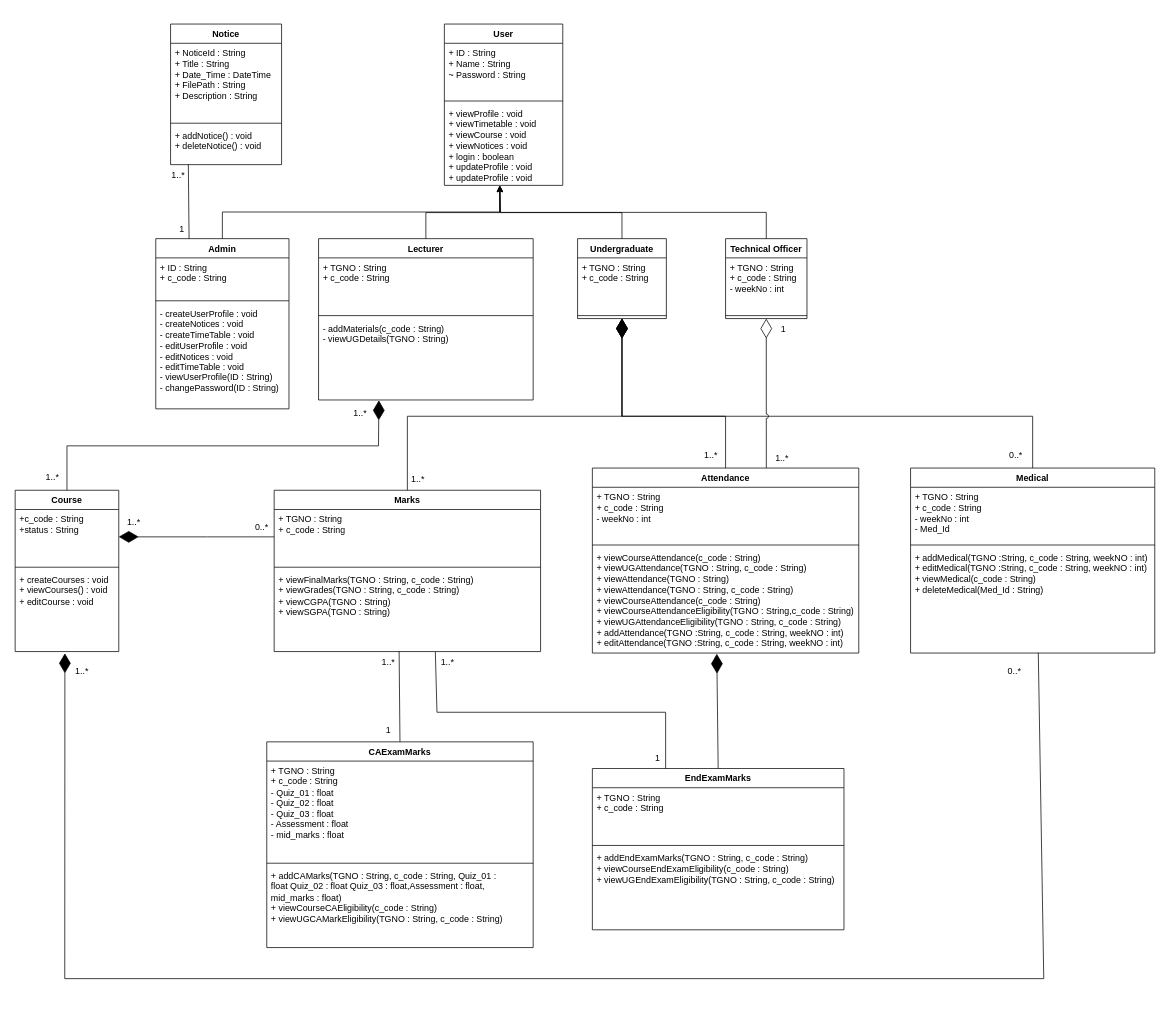
chira0001/Java_mini_project keeps this draw.io diagram as Java Class Diagram.drawio. Above is the earlier version. Source tidied: cells renumbered, new cells numbered last; positions are measured from the earlier drawing's top-left corner, leaving out a move shared by most shapes. Both pictures are drawn from the tidied source at 74%, with x=0, y=0 at pixel (15, 24).
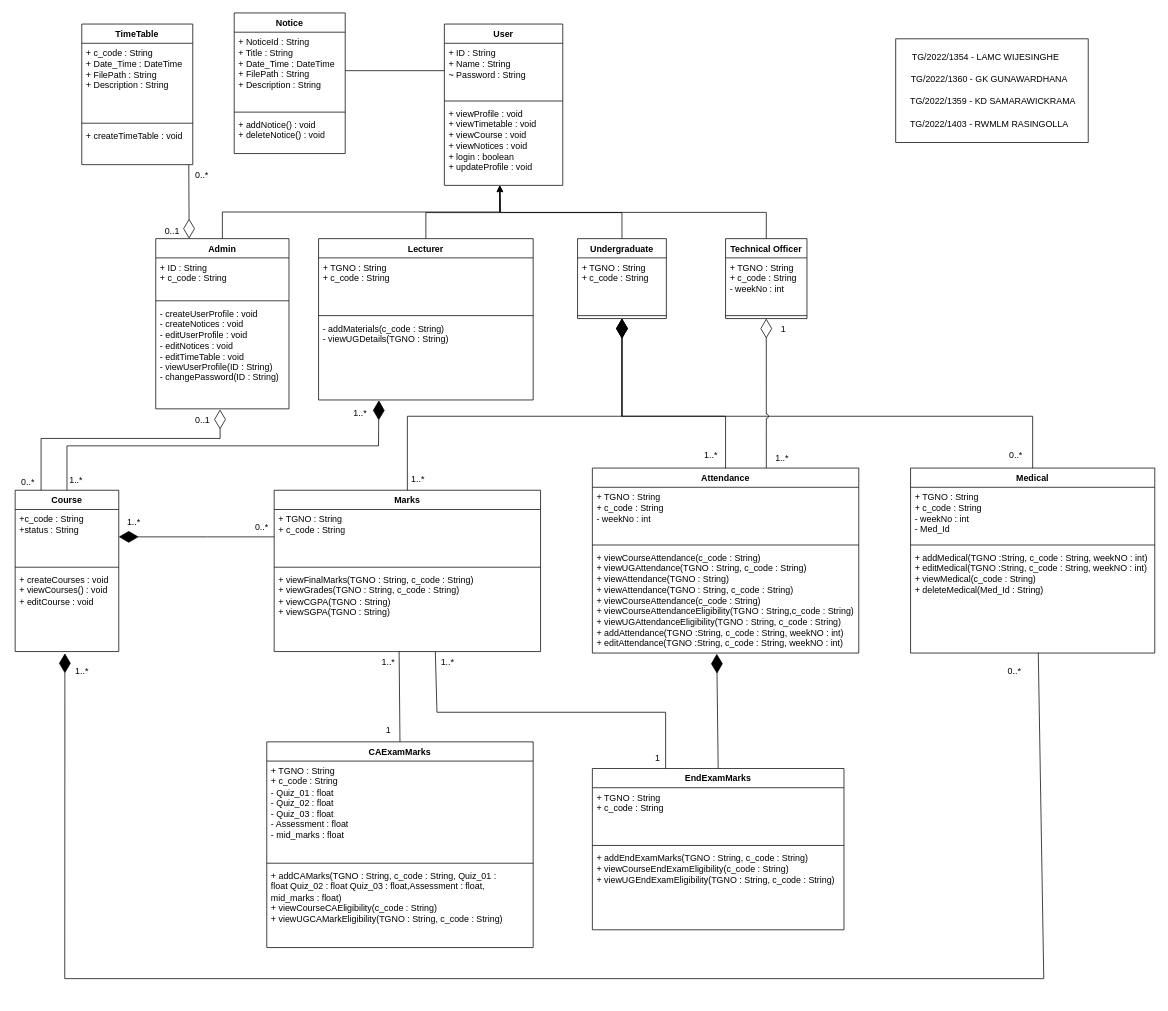
The same diagram, later.

The change refers to these unchanged cells:
```xml
<mxCell id="2" value="User" style="swimlane;fontStyle=1;align=center;verticalAlign=top;horizontal=1;startSize=26;whiteSpace=wrap;html=1;" parent="1" vertex="1">
  <mxGeometry x="580" width="160" height="218" as="geometry" />
</mxCell>
<mxCell id="3" value="+ ID : String&lt;br&gt;+ Name : String&lt;div&gt;~ Password : String&lt;/div&gt;" style="text;strokeColor=none;fillColor=none;align=left;verticalAlign=top;spacingLeft=4;spacingRight=4;overflow=hidden;points=[[0,0.5],[1,0.5]];portConstraint=eastwest;whiteSpace=wrap;html=1;" parent="2" vertex="1">
  <mxGeometry y="26" width="160" height="74" as="geometry" />
</mxCell>
<mxCell id="10" value="Admin" style="swimlane;fontStyle=1;align=center;verticalAlign=top;horizontal=1;startSize=26;whiteSpace=wrap;html=1;" parent="1" vertex="1">
  <mxGeometry x="190" y="290" width="180" height="230" as="geometry" />
</mxCell>
<mxCell id="28" value="Course" style="swimlane;fontStyle=1;align=center;verticalAlign=top;horizontal=1;startSize=26;whiteSpace=wrap;html=1;" parent="1" vertex="1">
  <mxGeometry y="630" width="140" height="218" as="geometry" />
</mxCell>
<mxCell id="45" value="+ NoticeId : String&lt;div&gt;+ Title : String&lt;/div&gt;&lt;div&gt;+ Date_Time : DateTime&amp;nbsp;&lt;/div&gt;&lt;div&gt;+ FilePath : String&lt;/div&gt;&lt;div&gt;+ Description : String&lt;/div&gt;" style="text;strokeColor=none;fillColor=none;align=left;verticalAlign=top;spacingLeft=4;spacingRight=4;overflow=hidden;points=[[0,0.5],[1,0.5]];portConstraint=eastwest;whiteSpace=wrap;html=1;" parent="44" vertex="1">
  <mxGeometry y="26" width="150" height="104" as="geometry" />
</mxCell>
<mxCell id="47" value="+ addNotice() : void&lt;div&gt;+ deleteNotice() : void&lt;/div&gt;" style="text;strokeColor=none;fillColor=none;align=left;verticalAlign=top;spacingLeft=4;spacingRight=4;overflow=hidden;points=[[0,0.5],[1,0.5]];portConstraint=eastwest;whiteSpace=wrap;html=1;" parent="44" vertex="1">
  <mxGeometry y="138" width="150" height="52" as="geometry" />
</mxCell>
```

The edit, as a diff of the source:
```diff
@@
-    <mxCell id="5" value="+ viewProfile : void&lt;div&gt;+ viewTimetable : void&lt;/div&gt;&lt;div&gt;+ viewCourse : void&lt;/div&gt;&lt;div&gt;+ viewNotices : void&lt;/div&gt;&lt;div&gt;+ login : boolean&lt;/div&gt;&lt;div&gt;+&amp;nbsp;&lt;span style=&quot;background-color: transparent; color: light-dark(rgb(0, 0, 0), rgb(255, 255, 255));&quot;&gt;updateProfile : void&lt;/span&gt;&lt;/div&gt;&lt;div&gt;+ updateProfile : void&lt;span style=&quot;background-color: transparent; color: light-dark(rgb(0, 0, 0), rgb(255, 255, 255));&quot;&gt;&lt;/span&gt;&lt;/div&gt;" style="text;strokeColor=none;fillColor=none;align=left;verticalAlign=top;spacingLeft=4;spacingRight=4;overflow=hidden;points=[[0,0.5],[1,0.5]];portConstraint=eastwest;whiteSpace=wrap;html=1;" parent="2" vertex="1">
+    <mxCell id="5" value="+ viewProfile : void&lt;div&gt;+ viewTimetable : void&lt;/div&gt;&lt;div&gt;+ viewCourse : void&lt;/div&gt;&lt;div&gt;+ viewNotices : void&lt;/div&gt;&lt;div&gt;+ login : boolean&lt;/div&gt;&lt;div&gt;+&amp;nbsp;&lt;span style=&quot;background-color: transparent; color: light-dark(rgb(0, 0, 0), rgb(255, 255, 255));&quot;&gt;updateProfile : void&lt;/span&gt;&lt;/div&gt;" style="text;strokeColor=none;fillColor=none;align=left;verticalAlign=top;spacingLeft=4;spacingRight=4;overflow=hidden;points=[[0,0.5],[1,0.5]];portConstraint=eastwest;whiteSpace=wrap;html=1;" parent="2" vertex="1">
       <mxGeometry y="108" width="160" height="110" as="geometry" />
     </mxCell>
@@
-    <mxCell id="13" value="- createUserProfile : void&lt;div&gt;- createNotices : void&lt;/div&gt;&lt;div&gt;- createTimeTable : void&lt;/div&gt;&lt;div&gt;- editUserProfile : void&lt;/div&gt;&lt;div&gt;- editNotices : void&lt;/div&gt;&lt;div&gt;- editTimeTable : void&lt;/div&gt;&lt;div&gt;- viewUserProfile(ID : String)&lt;/div&gt;&lt;div&gt;- changePassword(ID : String)&lt;/div&gt;" style="text;strokeColor=none;fillColor=none;align=left;verticalAlign=top;spacingLeft=4;spacingRight=4;overflow=hidden;points=[[0,0.5],[1,0.5]];portConstraint=eastwest;whiteSpace=wrap;html=1;" parent="10" vertex="1">
+    <mxCell id="13" value="- createUserProfile : void&lt;div&gt;- createNotices : void&lt;/div&gt;&lt;div&gt;- editUserProfile : void&lt;/div&gt;&lt;div&gt;- editNotices : void&lt;/div&gt;&lt;div&gt;- editTimeTable : void&lt;/div&gt;&lt;div&gt;- viewUserProfile(ID : String)&lt;/div&gt;&lt;div&gt;- changePassword(ID : String)&lt;/div&gt;" style="text;strokeColor=none;fillColor=none;align=left;verticalAlign=top;spacingLeft=4;spacingRight=4;overflow=hidden;points=[[0,0.5],[1,0.5]];portConstraint=eastwest;whiteSpace=wrap;html=1;" parent="10" vertex="1">
       <mxGeometry y="88" width="180" height="142" as="geometry" />
     </mxCell>
@@
     <mxCell id="44" value="Notice" style="swimlane;fontStyle=1;align=center;verticalAlign=top;horizontal=1;startSize=26;whiteSpace=wrap;html=1;" parent="1" vertex="1">
-      <mxGeometry x="210" width="150" height="190" as="geometry" />
+      <mxGeometry x="296" y="-15" width="150" height="190" as="geometry" />
     </mxCell>
@@
-    <mxCell id="61" style="endArrow=none;html=1;rounded=0;entryX=0.16;entryY=0.995;entryDx=0;entryDy=0;entryPerimeter=0;exitX=0.25;exitY=0;exitDx=0;exitDy=0;" parent="1" edge="1" source="10" target="47">
-      <mxGeometry relative="1" as="geometry" />
-    </mxCell>
-    <mxCell id="62" value="1" style="text;html=1;align=center;verticalAlign=middle;strokeColor=none;fillColor=none;" parent="1" vertex="1">
-      <mxGeometry x="210" y="263" width="30" height="30" as="geometry" />
-    </mxCell>
-    <mxCell id="63" value="1..*" style="text;html=1;align=center;verticalAlign=middle;strokeColor=none;fillColor=none;" parent="1" vertex="1">
-      <mxGeometry x="200" y="189" width="40" height="30" as="geometry" />
-    </mxCell>
     <mxCell id="64" value="1..*" style="text;html=1;align=center;verticalAlign=middle;strokeColor=none;fillColor=none;" parent="1" vertex="1">
-      <mxGeometry x="30" y="598" width="40" height="30" as="geometry" />
+      <mxGeometry x="62" y="602" width="40" height="30" as="geometry" />
     </mxCell>
@@
+    <mxCell id="80" style="endArrow=diamondThin;endFill=0;endSize=24;html=1;rounded=0;entryX=0.482;entryY=1.006;entryDx=0;entryDy=0;exitX=0.25;exitY=0;exitDx=0;exitDy=0;jumpStyle=arc;entryPerimeter=0;" parent="1" edge="1" source="28" target="13">
+      <mxGeometry relative="1" as="geometry">
+        <Array as="points">
+          <mxPoint x="35" y="560" />
+          <mxPoint x="277" y="560" />
+        </Array>
+      </mxGeometry>
+    </mxCell>
+    <mxCell id="81" value="0..*" style="text;html=1;align=center;verticalAlign=middle;strokeColor=none;fillColor=none;" parent="1" vertex="1">
+      <mxGeometry x="-3" y="604" width="40" height="30" as="geometry" />
+    </mxCell>
+    <mxCell id="82" value="0..1" style="text;html=1;align=center;verticalAlign=middle;strokeColor=none;fillColor=none;" parent="1" vertex="1">
+      <mxGeometry x="233" y="520" width="40" height="30" as="geometry" />
+    </mxCell>
+    <mxCell id="83" value="TimeTable" style="swimlane;fontStyle=1;align=center;verticalAlign=top;horizontal=1;startSize=26;whiteSpace=wrap;html=1;" parent="1" vertex="1">
+      <mxGeometry x="90" width="150" height="190" as="geometry" />
+    </mxCell>
+    <mxCell id="84" value="+ c_code : String&lt;div&gt;+ Date_Time : DateTime&amp;nbsp;&lt;/div&gt;&lt;div&gt;+ FilePath : String&lt;/div&gt;&lt;div&gt;+ Description : String&lt;/div&gt;" style="text;strokeColor=none;fillColor=none;align=left;verticalAlign=top;spacingLeft=4;spacingRight=4;overflow=hidden;whiteSpace=wrap;html=1;" parent="83" vertex="1">
+      <mxGeometry y="26" width="150" height="104" as="geometry" />
+    </mxCell>
+    <mxCell id="85" style="line;strokeWidth=1;fillColor=none;align=left;verticalAlign=middle;spacingTop=-1;spacingLeft=3;spacingRight=3;labelPosition=right;strokeColor=inherit;" parent="83" vertex="1">
+      <mxGeometry y="130" width="150" height="8" as="geometry" />
+    </mxCell>
+    <mxCell id="86" value="+ createTimeTable : void" style="text;strokeColor=none;fillColor=none;align=left;verticalAlign=top;spacingLeft=4;spacingRight=4;overflow=hidden;points=[[0,0.5],[1,0.5]];portConstraint=eastwest;whiteSpace=wrap;html=1;" parent="83" vertex="1">
+      <mxGeometry y="138" width="150" height="52" as="geometry" />
+    </mxCell>
+    <mxCell id="87" style="endArrow=none;html=1;rounded=0;entryX=0;entryY=0.5;entryDx=0;entryDy=0;exitX=1;exitY=0.5;exitDx=0;exitDy=0;" parent="1" edge="1" source="45" target="3">
+      <mxGeometry relative="1" as="geometry" />
+    </mxCell>
+    <mxCell id="88" style="endArrow=diamondThin;endFill=0;endSize=24;html=1;rounded=0;entryX=0.25;entryY=0;entryDx=0;entryDy=0;jumpStyle=arc;exitX=0.964;exitY=1.008;exitDx=0;exitDy=0;exitPerimeter=0;" parent="1" edge="1" source="86" target="10">
+      <mxGeometry relative="1" as="geometry">
+        <Array as="points">
+          <mxPoint x="235" y="250" />
+        </Array>
+      </mxGeometry>
+    </mxCell>
+    <mxCell id="89" value="0..*" style="text;html=1;align=center;verticalAlign=middle;strokeColor=none;fillColor=none;" parent="1" vertex="1">
+      <mxGeometry x="232" y="189" width="40" height="30" as="geometry" />
+    </mxCell>
+    <mxCell id="90" value="0..1" style="text;html=1;align=center;verticalAlign=middle;strokeColor=none;fillColor=none;" parent="1" vertex="1">
+      <mxGeometry x="192" y="265" width="40" height="30" as="geometry" />
+    </mxCell>
+    <mxCell id="91" style="group;" parent="1" vertex="1">
+      <mxGeometry x="1190" y="20" width="260" height="140" as="geometry" />
+    </mxCell>
+    <mxCell id="92" style="rounded=0;whiteSpace=wrap;html=1;" parent="91" vertex="1">
+      <mxGeometry width="260" height="140" as="geometry" />
+    </mxCell>
+    <mxCell id="93" value="TG/2022/1359 - KD SAMARAWICKRAMA" style="text;html=1;align=center;verticalAlign=middle;strokeColor=none;fillColor=none;" parent="91" vertex="1">
+      <mxGeometry x="6" y="70" width="250" height="30" as="geometry" />
+    </mxCell>
+    <mxCell id="94" value="TG/2022/1360 - GK GUNAWARDHANA" style="text;html=1;align=center;verticalAlign=middle;strokeColor=none;fillColor=none;" parent="91" vertex="1">
+      <mxGeometry x="6" y="40" width="240" height="30" as="geometry" />
+    </mxCell>
+    <mxCell id="95" value="TG/2022/1354 - LAMC WIJESINGHE" style="text;html=1;align=center;verticalAlign=middle;strokeColor=none;fillColor=none;" parent="91" vertex="1">
+      <mxGeometry x="11" y="10" width="220" height="30" as="geometry" />
+    </mxCell>
+    <mxCell id="96" value="TG/2022/1403 - RWMLM RASINGOLLA" style="text;html=1;align=center;verticalAlign=middle;strokeColor=none;fillColor=none;" parent="91" vertex="1">
+      <mxGeometry x="6" y="100" width="240" height="30" as="geometry" />
+    </mxCell>
```
